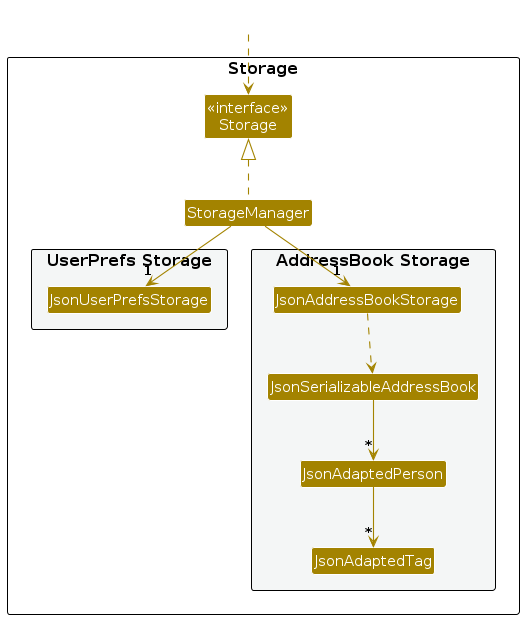
This is diagrams/StorageClassDiagram.png from AY2627S1-CS2103T-F08-4/tp, a PlantUML export, as it was before one commit. Its source is kept beside it as diagrams/StorageClassDiagram.puml. Source of this version:
```plantuml
@startuml
!include style.puml
skinparam arrowThickness 1.1
skinparam arrowColor STORAGE_COLOR
skinparam classBackgroundColor STORAGE_COLOR

package Storage as StoragePackage {

Class "<<interface>>\nStorage" as Storage
Class StorageManager

package "UserPrefs Storage" #F4F6F6{
Class JsonUserPrefsStorage
}

package "AddressBook Storage" #F4F6F6{
Class JsonAddressBookStorage
Class JsonSerializableAddressBook
Class JsonAdaptedPerson
Class JsonAdaptedTag
}

}

Class HiddenOutside #FFFFFF
HiddenOutside ..> Storage

StorageManager .up.|> Storage
StorageManager -down-> "1" JsonUserPrefsStorage
StorageManager -down-> "1" JsonAddressBookStorage

JsonAddressBookStorage ..> JsonSerializableAddressBook
JsonSerializableAddressBook --> "*" JsonAdaptedPerson
JsonAdaptedPerson --> "*" JsonAdaptedTag

@enduml
```
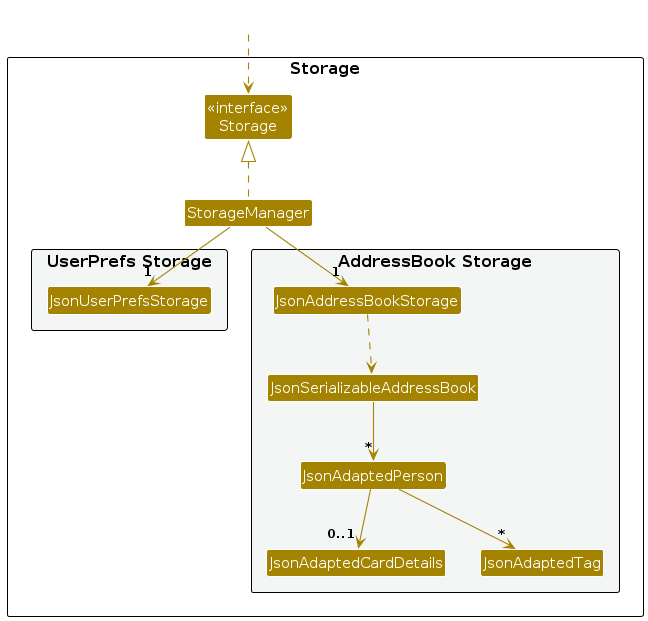
After the change.

Change to the diagram source:
```diff
@@ -17,6 +17,7 @@
 Class JsonAddressBookStorage
 Class JsonSerializableAddressBook
 Class JsonAdaptedPerson
+Class JsonAdaptedCardDetails
 Class JsonAdaptedTag
 }
 
@@ -31,6 +32,7 @@
 
 JsonAddressBookStorage ..> JsonSerializableAddressBook
 JsonSerializableAddressBook --> "*" JsonAdaptedPerson
+JsonAdaptedPerson --> "0..1" JsonAdaptedCardDetails
 JsonAdaptedPerson --> "*" JsonAdaptedTag
 
 @enduml
```
